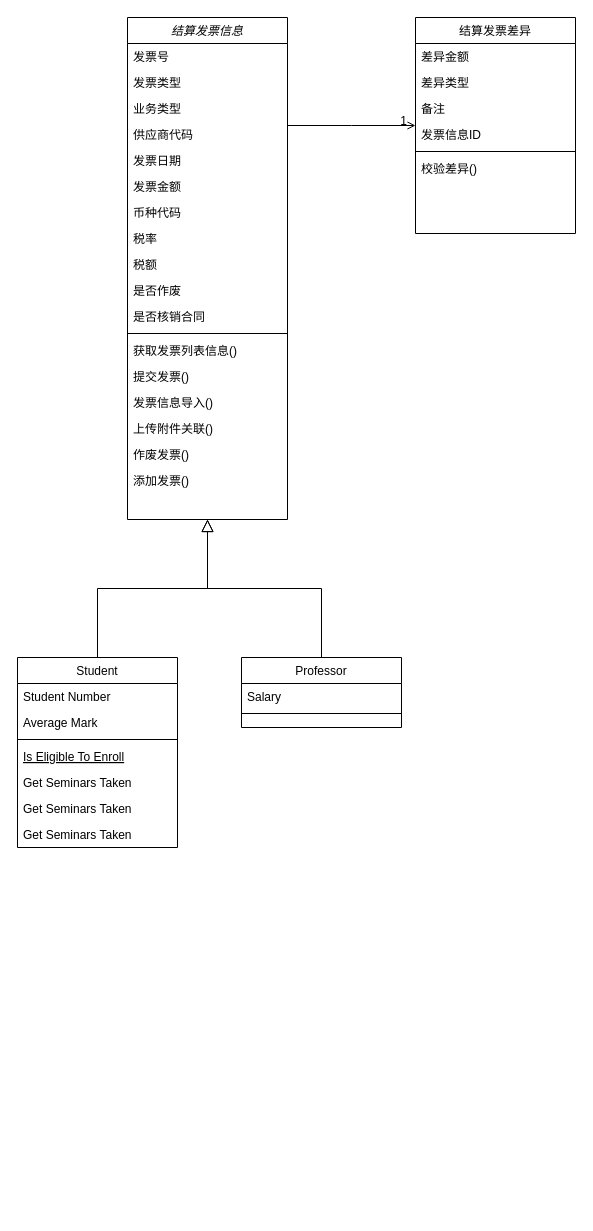
chenqingfa8520/data-drawio keeps this draw.io diagram as 结算02.drawio. Above is the earlier version. Source tidied: cells renumbered, new cells numbered last; positions are measured from the earlier drawing's top-left corner, leaving out a move shared by most shapes. Both pictures are drawn from the tidied source at 100%, with x=0, y=0 at pixel (17, 17).
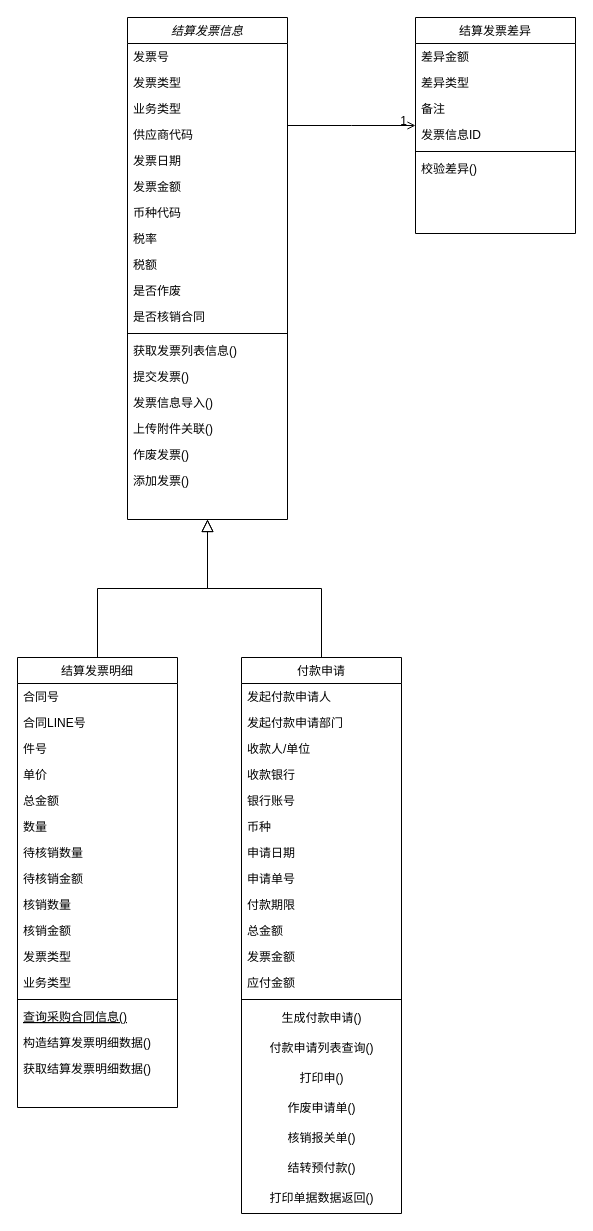
Above is the later version.

Diff of the diagram source:
```diff
@@
-    <mxCell id="21" value="Student" style="swimlane;fontStyle=0;align=center;verticalAlign=top;horizontal=1;startSize=26;rounded=0;shadow=0;strokeWidth=1;" parent="1" vertex="1">
-      <mxGeometry y="640" width="160" height="190" as="geometry" />
+    <mxCell id="21" value="结算发票明细" style="swimlane;fontStyle=0;align=center;verticalAlign=top;horizontal=1;startSize=26;rounded=0;shadow=0;strokeWidth=1;" parent="1" vertex="1">
+      <mxGeometry y="640" width="160" height="450" as="geometry" />
     </mxCell>
-    <mxCell id="22" value="Student Number" style="text;align=left;verticalAlign=top;spacingLeft=4;spacingRight=4;overflow=hidden;" parent="21" vertex="1">
+    <mxCell id="22" value="合同号" style="text;align=left;verticalAlign=top;spacingLeft=4;spacingRight=4;overflow=hidden;" parent="21" vertex="1">
       <mxGeometry y="26" width="160" height="26" as="geometry" />
     </mxCell>
+    <mxCell id="44" value="合同LINE号" style="text;align=left;verticalAlign=top;spacingLeft=4;spacingRight=4;overflow=hidden;rounded=0;shadow=0;html=0;" parent="21" vertex="1">
+      <mxGeometry y="52" width="160" height="26" as="geometry" />
+    </mxCell>
+    <mxCell id="45" value="件号" style="text;align=left;verticalAlign=top;spacingLeft=4;spacingRight=4;overflow=hidden;rounded=0;shadow=0;html=0;" parent="21" vertex="1">
+      <mxGeometry y="78" width="160" height="26" as="geometry" />
+    </mxCell>
+    <mxCell id="46" value="单价" style="text;align=left;verticalAlign=top;spacingLeft=4;spacingRight=4;overflow=hidden;rounded=0;shadow=0;html=0;" parent="21" vertex="1">
+      <mxGeometry y="104" width="160" height="26" as="geometry" />
+    </mxCell>
+    <mxCell id="47" value="总金额" style="text;align=left;verticalAlign=top;spacingLeft=4;spacingRight=4;overflow=hidden;rounded=0;shadow=0;html=0;" parent="21" vertex="1">
+      <mxGeometry y="130" width="160" height="26" as="geometry" />
+    </mxCell>
+    <mxCell id="48" value="数量" style="text;align=left;verticalAlign=top;spacingLeft=4;spacingRight=4;overflow=hidden;rounded=0;shadow=0;html=0;" parent="21" vertex="1">
+      <mxGeometry y="156" width="160" height="26" as="geometry" />
+    </mxCell>
+    <mxCell id="49" value="待核销数量" style="text;align=left;verticalAlign=top;spacingLeft=4;spacingRight=4;overflow=hidden;rounded=0;shadow=0;html=0;" parent="21" vertex="1">
+      <mxGeometry y="182" width="160" height="26" as="geometry" />
+    </mxCell>
+    <mxCell id="50" value="待核销金额" style="text;align=left;verticalAlign=top;spacingLeft=4;spacingRight=4;overflow=hidden;rounded=0;shadow=0;html=0;" parent="21" vertex="1">
+      <mxGeometry y="208" width="160" height="26" as="geometry" />
+    </mxCell>
+    <mxCell id="51" value="核销数量" style="text;align=left;verticalAlign=top;spacingLeft=4;spacingRight=4;overflow=hidden;rounded=0;shadow=0;html=0;" parent="21" vertex="1">
+      <mxGeometry y="234" width="160" height="26" as="geometry" />
+    </mxCell>
+    <mxCell id="52" value="核销金额" style="text;align=left;verticalAlign=top;spacingLeft=4;spacingRight=4;overflow=hidden;rounded=0;shadow=0;html=0;" parent="21" vertex="1">
+      <mxGeometry y="260" width="160" height="26" as="geometry" />
+    </mxCell>
+    <mxCell id="53" value="发票类型" style="text;align=left;verticalAlign=top;spacingLeft=4;spacingRight=4;overflow=hidden;rounded=0;shadow=0;html=0;" parent="21" vertex="1">
+      <mxGeometry y="286" width="160" height="26" as="geometry" />
+    </mxCell>
-    <mxCell id="23" value="Average Mark" style="text;align=left;verticalAlign=top;spacingLeft=4;spacingRight=4;overflow=hidden;rounded=0;shadow=0;html=0;" parent="21" vertex="1">
-      <mxGeometry y="52" width="160" height="26" as="geometry" />
+    <mxCell id="23" value="业务类型" style="text;align=left;verticalAlign=top;spacingLeft=4;spacingRight=4;overflow=hidden;rounded=0;shadow=0;html=0;" parent="21" vertex="1">
+      <mxGeometry y="312" width="160" height="26" as="geometry" />
     </mxCell>
     <mxCell id="24" style="line;html=1;strokeWidth=1;align=left;verticalAlign=middle;spacingTop=-1;spacingLeft=3;spacingRight=3;labelPosition=right;" parent="21" vertex="1">
-      <mxGeometry y="78" width="160" height="8" as="geometry" />
+      <mxGeometry y="338" width="160" height="8" as="geometry" />
     </mxCell>
-    <mxCell id="25" value="Is Eligible To Enroll" style="text;align=left;verticalAlign=top;spacingLeft=4;spacingRight=4;overflow=hidden;fontStyle=4;" parent="21" vertex="1">
-      <mxGeometry y="86" width="160" height="26" as="geometry" />
+    <mxCell id="25" value="查询采购合同信息()" style="text;align=left;verticalAlign=top;spacingLeft=4;spacingRight=4;overflow=hidden;fontStyle=4;" parent="21" vertex="1">
+      <mxGeometry y="346" width="160" height="26" as="geometry" />
     </mxCell>
-    <mxCell id="26" value="Get Seminars Taken" style="text;align=left;verticalAlign=top;spacingLeft=4;spacingRight=4;overflow=hidden;" parent="21" vertex="1">
-      <mxGeometry y="112" width="160" height="26" as="geometry" />
+    <mxCell id="26" value="构造结算发票明细数据()" style="text;align=left;verticalAlign=top;spacingLeft=4;spacingRight=4;overflow=hidden;" parent="21" vertex="1">
+      <mxGeometry y="372" width="160" height="26" as="geometry" />
     </mxCell>
-    <mxCell id="27" value="Get Seminars Taken" style="text;align=left;verticalAlign=top;spacingLeft=4;spacingRight=4;overflow=hidden;" parent="21" vertex="1">
-      <mxGeometry y="138" width="160" height="26" as="geometry" />
+    <mxCell id="27" value="获取结算发票明细数据()" style="text;align=left;verticalAlign=top;spacingLeft=4;spacingRight=4;overflow=hidden;" parent="21" vertex="1">
+      <mxGeometry y="398" width="160" height="26" as="geometry" />
     </mxCell>
-    <mxCell id="28" value="Get Seminars Taken" style="text;align=left;verticalAlign=top;spacingLeft=4;spacingRight=4;overflow=hidden;" parent="21" vertex="1">
-      <mxGeometry y="164" width="160" height="26" as="geometry" />
-    </mxCell>
@@
-    <mxCell id="30" value="Professor" style="swimlane;fontStyle=0;align=center;verticalAlign=top;horizontal=1;startSize=26;rounded=0;shadow=0;strokeWidth=1;" parent="1" vertex="1">
-      <mxGeometry x="224" y="640" width="160" height="70" as="geometry" />
+    <mxCell id="30" value="付款申请" style="swimlane;fontStyle=0;align=center;verticalAlign=top;horizontal=1;startSize=26;rounded=0;shadow=0;strokeWidth=1;" parent="1" vertex="1">
+      <mxGeometry x="224" y="640" width="160" height="556" as="geometry" />
     </mxCell>
-    <mxCell id="31" value="Salary" style="text;align=left;verticalAlign=top;spacingLeft=4;spacingRight=4;overflow=hidden;" parent="30" vertex="1">
+    <mxCell id="31" value="发起付款申请人" style="text;align=left;verticalAlign=top;spacingLeft=4;spacingRight=4;overflow=hidden;" parent="30" vertex="1">
       <mxGeometry y="26" width="160" height="26" as="geometry" />
     </mxCell>
+    <mxCell id="54" value="发起付款申请部门" style="text;align=left;verticalAlign=top;spacingLeft=4;spacingRight=4;overflow=hidden;" parent="30" vertex="1">
+      <mxGeometry y="52" width="160" height="26" as="geometry" />
+    </mxCell>
+    <mxCell id="55" value="收款人/单位" style="text;align=left;verticalAlign=top;spacingLeft=4;spacingRight=4;overflow=hidden;" parent="30" vertex="1">
+      <mxGeometry y="78" width="160" height="26" as="geometry" />
+    </mxCell>
+    <mxCell id="56" value="收款银行" style="text;align=left;verticalAlign=top;spacingLeft=4;spacingRight=4;overflow=hidden;" parent="30" vertex="1">
+      <mxGeometry y="104" width="160" height="26" as="geometry" />
+    </mxCell>
+    <mxCell id="57" value="银行账号" style="text;align=left;verticalAlign=top;spacingLeft=4;spacingRight=4;overflow=hidden;" parent="30" vertex="1">
+      <mxGeometry y="130" width="160" height="26" as="geometry" />
+    </mxCell>
+    <mxCell id="58" value="币种" style="text;align=left;verticalAlign=top;spacingLeft=4;spacingRight=4;overflow=hidden;" parent="30" vertex="1">
+      <mxGeometry y="156" width="160" height="26" as="geometry" />
+    </mxCell>
+    <mxCell id="59" value="申请日期" style="text;align=left;verticalAlign=top;spacingLeft=4;spacingRight=4;overflow=hidden;" parent="30" vertex="1">
+      <mxGeometry y="182" width="160" height="26" as="geometry" />
+    </mxCell>
+    <mxCell id="60" value="申请单号" style="text;align=left;verticalAlign=top;spacingLeft=4;spacingRight=4;overflow=hidden;" parent="30" vertex="1">
+      <mxGeometry y="208" width="160" height="26" as="geometry" />
+    </mxCell>
+    <mxCell id="61" value="付款期限" style="text;align=left;verticalAlign=top;spacingLeft=4;spacingRight=4;overflow=hidden;" parent="30" vertex="1">
+      <mxGeometry y="234" width="160" height="26" as="geometry" />
+    </mxCell>
+    <mxCell id="62" value="总金额" style="text;align=left;verticalAlign=top;spacingLeft=4;spacingRight=4;overflow=hidden;" parent="30" vertex="1">
+      <mxGeometry y="260" width="160" height="26" as="geometry" />
+    </mxCell>
+    <mxCell id="63" value="发票金额" style="text;align=left;verticalAlign=top;spacingLeft=4;spacingRight=4;overflow=hidden;" parent="30" vertex="1">
+      <mxGeometry y="286" width="160" height="26" as="geometry" />
+    </mxCell>
+    <mxCell id="64" value="应付金额" style="text;align=left;verticalAlign=top;spacingLeft=4;spacingRight=4;overflow=hidden;" parent="30" vertex="1">
+      <mxGeometry y="312" width="160" height="26" as="geometry" />
+    </mxCell>
     <mxCell id="32" style="line;html=1;strokeWidth=1;align=left;verticalAlign=middle;spacingTop=-1;spacingLeft=3;spacingRight=3;labelPosition=right;" parent="30" vertex="1">
-      <mxGeometry y="52" width="160" height="8" as="geometry" />
+      <mxGeometry y="338" width="160" height="8" as="geometry" />
     </mxCell>
+    <mxCell id="65" value="生成付款申请()" style="text;html=1;align=center;verticalAlign=middle;strokeColor=none;fillColor=none;" parent="30" vertex="1">
+      <mxGeometry y="346" width="160" height="30" as="geometry" />
+    </mxCell>
+    <mxCell id="66" value="付款申请列表查询()" style="text;html=1;align=center;verticalAlign=middle;strokeColor=none;fillColor=none;" parent="30" vertex="1">
+      <mxGeometry y="376" width="160" height="30" as="geometry" />
+    </mxCell>
+    <mxCell id="67" value="打印申()" style="text;html=1;align=center;verticalAlign=middle;strokeColor=none;fillColor=none;" parent="30" vertex="1">
+      <mxGeometry y="406" width="160" height="30" as="geometry" />
+    </mxCell>
+    <mxCell id="68" value="作废申请单()" style="text;html=1;align=center;verticalAlign=middle;strokeColor=none;fillColor=none;" parent="30" vertex="1">
+      <mxGeometry y="436" width="160" height="30" as="geometry" />
+    </mxCell>
+    <mxCell id="69" value="核销报关单()" style="text;html=1;align=center;verticalAlign=middle;strokeColor=none;fillColor=none;" parent="30" vertex="1">
+      <mxGeometry y="466" width="160" height="30" as="geometry" />
+    </mxCell>
+    <mxCell id="70" value="结转预付款()" style="text;html=1;align=center;verticalAlign=middle;strokeColor=none;fillColor=none;" parent="30" vertex="1">
+      <mxGeometry y="496" width="160" height="30" as="geometry" />
+    </mxCell>
+    <mxCell id="71" value="打印单据数据返回()" style="text;html=1;align=center;verticalAlign=middle;strokeColor=none;fillColor=none;" parent="30" vertex="1">
+      <mxGeometry y="526" width="160" height="30" as="geometry" />
+    </mxCell>
```
